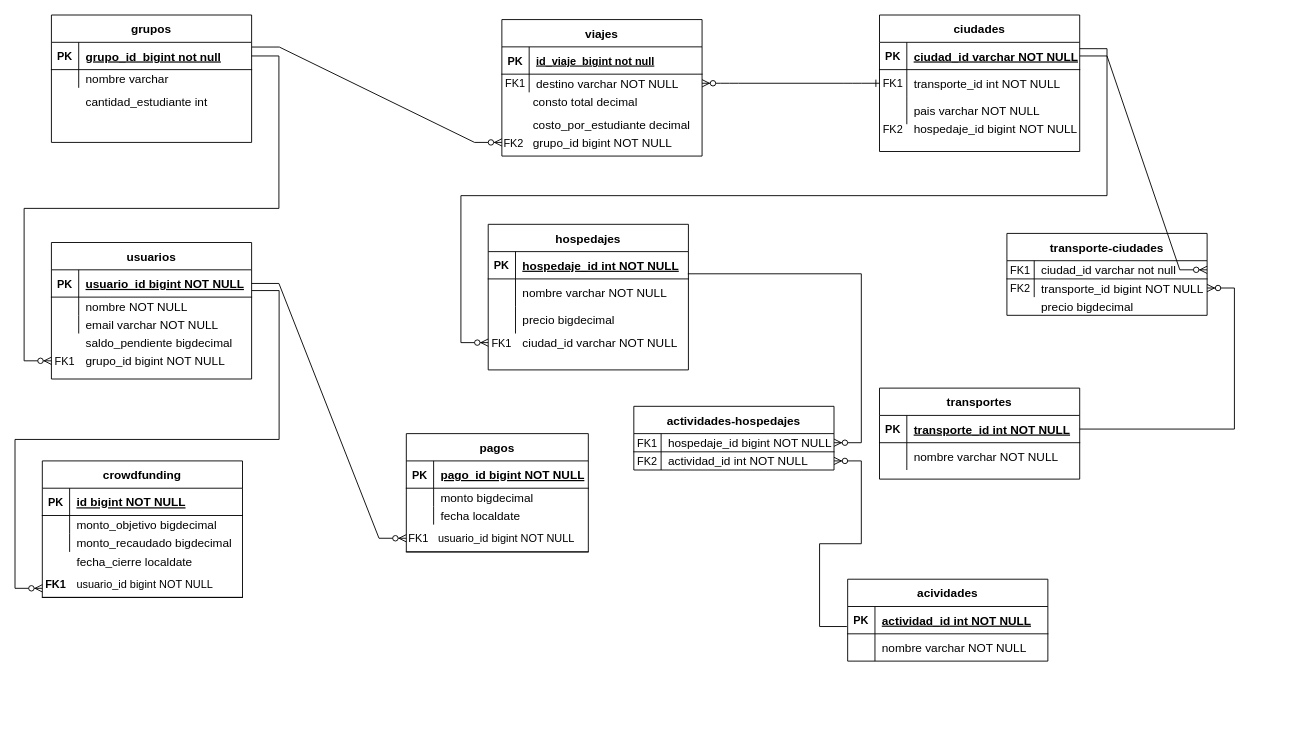
The draw.io diagram Diagrama sin título.drawio in Jearvaldor95/Diagramas, before the edit. Source tidied: cells renumbered, new cells numbered last; positions are measured from the earlier drawing's top-left corner, leaving out a move shared by most shapes. Both pictures are drawn from the tidied source at 91%, with x=0, y=0 at pixel (42, 15).
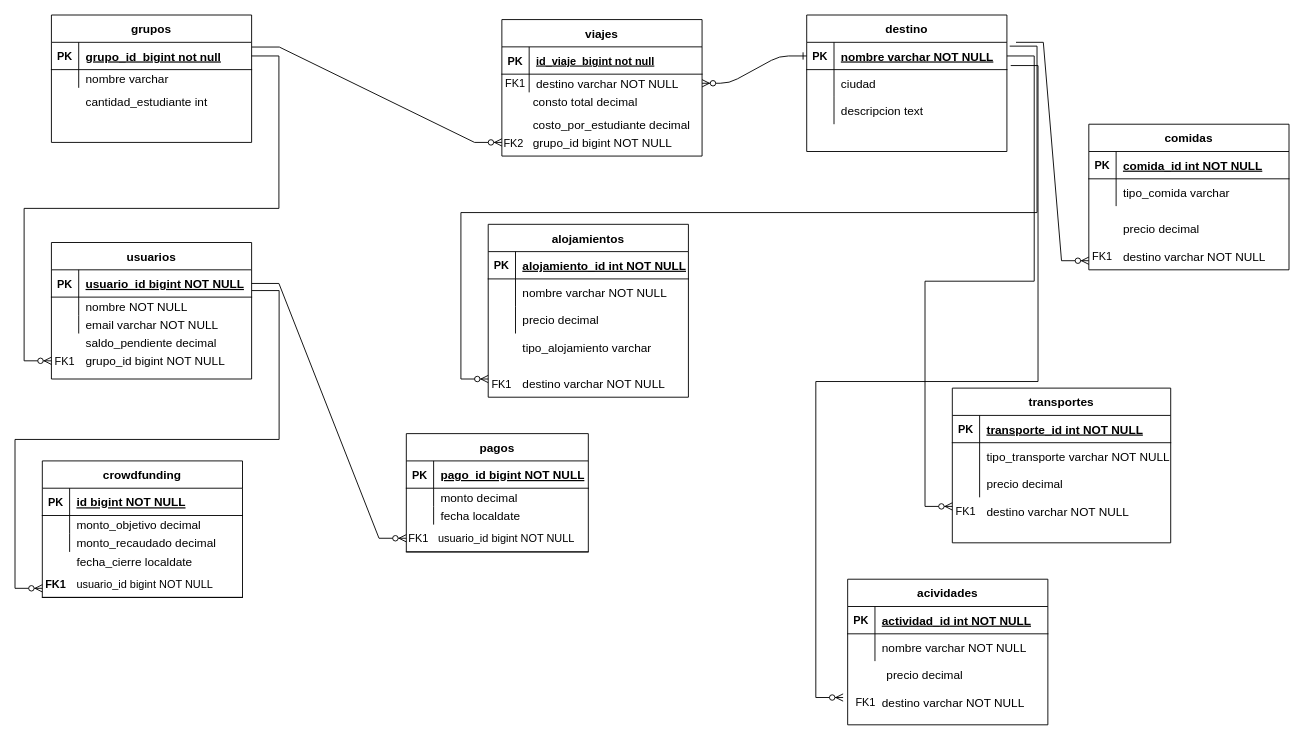
The same diagram, later.

Unchanged cells that the change refers to:
```xml
<mxCell id="3" style="shape=partialRectangle;fillColor=none;points=[[0,0.5],[1,0.5]];portConstraint=eastwest;top=0;left=0;right=0;bottom=1;" parent="2" vertex="1">
  <mxGeometry y="30" width="220" height="30" as="geometry" />
</mxCell>
<mxCell id="6" style="shape=partialRectangle;fillColor=none;points=[[0,0.5],[1,0.5]];portConstraint=eastwest;top=0;left=0;right=0;bottom=0;" parent="2" vertex="1">
  <mxGeometry y="60" width="220" height="30" as="geometry" />
</mxCell>
<mxCell id="9" style="shape=partialRectangle;fillColor=none;top=0;left=0;right=0;bottom=0;" parent="2" vertex="1">
  <mxGeometry y="90" width="220" height="30" as="geometry" />
</mxCell>
<mxCell id="23" style="shape=partialRectangle;fillColor=none;points=[[0,0.5],[1,0.5]];portConstraint=eastwest;top=0;left=0;right=0;bottom=0;" parent="19" vertex="1">
  <mxGeometry y="60" width="220" height="20" as="geometry" />
</mxCell>
<mxCell id="28" style="shape=partialRectangle;fillColor=none;points=[[0,0.5],[1,0.5]];portConstraint=eastwest;top=0;left=0;right=0;bottom=1;" parent="27" vertex="1">
  <mxGeometry y="30" width="220" height="30" as="geometry" />
</mxCell>
<mxCell id="34" style="shape=partialRectangle;fillColor=none;top=0;left=0;right=0;bottom=0;" parent="27" vertex="1">
  <mxGeometry y="90" width="220" height="30" as="geometry" />
</mxCell>
<mxCell id="38" style="shape=partialRectangle;fillColor=none;points=[[0,0.5],[1,0.5]];portConstraint=eastwest;top=0;left=0;right=0;bottom=1;" parent="37" vertex="1">
  <mxGeometry y="30" width="220" height="30" as="geometry" />
</mxCell>
<mxCell id="66" style="shape=partialRectangle;fillColor=none;top=0;left=0;right=0;bottom=0;" parent="62" vertex="1">
  <mxGeometry y="60" width="200" height="20" as="geometry" />
</mxCell>
<mxCell id="79" style="shape=partialRectangle;fillColor=none;top=0;left=0;right=0;bottom=0;" parent="75" vertex="1">
  <mxGeometry y="60" width="220" height="20" as="geometry" />
</mxCell>
<mxCell id="82" style="shape=partialRectangle;fillColor=none;top=0;left=0;right=0;bottom=0;" parent="75" vertex="1">
  <mxGeometry y="80" width="220" height="20" as="geometry" />
</mxCell>
```

What changed in the source:
```diff
@@
-    <mxCell id="2" value="ciudades" style="shape=table;startSize=30;childLayout=tableLayout;rowLines=0;fontStyle=1;align=center;fontSize=13;" parent="1" vertex="1">
-      <mxGeometry x="920" width="220" height="150" as="geometry" />
+    <mxCell id="2" value="destino" style="shape=table;startSize=30;childLayout=tableLayout;rowLines=0;fontStyle=1;align=center;fontSize=13;" parent="1" vertex="1">
+      <mxGeometry x="840" width="220" height="150" as="geometry" />
     </mxCell>
@@
-    <mxCell id="5" value="ciudad_id varchar NOT NULL " style="shape=partialRectangle;overflow=hidden;fillColor=none;top=0;left=0;bottom=0;right=0;align=left;spacingLeft=6;fontStyle=5;fontSize=13;" parent="3" vertex="1">
+    <mxCell id="5" value="nombre varchar NOT NULL " style="shape=partialRectangle;overflow=hidden;fillColor=none;top=0;left=0;bottom=0;right=0;align=left;spacingLeft=6;fontStyle=5;fontSize=13;" parent="3" vertex="1">
       <mxGeometry x="30" width="190" height="30" as="geometry" />
     </mxCell>
@@
-    <mxCell id="7" value="FK1" style="shape=partialRectangle;overflow=hidden;fillColor=none;top=0;left=0;bottom=0;right=0;" parent="6" vertex="1">
+    <mxCell id="7" style="shape=partialRectangle;overflow=hidden;fillColor=none;top=0;left=0;bottom=0;right=0;" parent="6" vertex="1">
       <mxGeometry width="30" height="30" as="geometry" />
     </mxCell>
-    <mxCell id="8" value="transporte_id int NOT NULL" style="shape=partialRectangle;overflow=hidden;fillColor=none;top=0;left=0;bottom=0;right=0;align=left;spacingLeft=6;fontSize=13;" parent="6" vertex="1">
+    <mxCell id="8" value="ciudad" style="shape=partialRectangle;overflow=hidden;fillColor=none;top=0;left=0;bottom=0;right=0;align=left;spacingLeft=6;fontSize=13;" parent="6" vertex="1">
       <mxGeometry x="30" width="190" height="30" as="geometry" />
     </mxCell>
@@
-    <mxCell id="11" value="pais varchar NOT NULL" style="shape=partialRectangle;overflow=hidden;fillColor=none;top=0;left=0;bottom=0;right=0;align=left;spacingLeft=6;strokeWidth=2;fontSize=13;" parent="9" vertex="1">
+    <mxCell id="11" value="descripcion text" style="shape=partialRectangle;overflow=hidden;fillColor=none;top=0;left=0;bottom=0;right=0;align=left;spacingLeft=6;strokeWidth=2;fontSize=13;" parent="9" vertex="1">
       <mxGeometry x="30" width="190" height="30" as="geometry" />
     </mxCell>
     <mxCell id="12" value="transportes" style="shape=table;startSize=30;childLayout=tableLayout;rowLines=0;fontStyle=1;align=center;fontSize=13;" parent="1" vertex="1">
-      <mxGeometry x="920" y="410" width="220" height="100" as="geometry" />
+      <mxGeometry x="1000" y="410" width="240" height="170" as="geometry" />
     </mxCell>
     <mxCell id="13" style="shape=partialRectangle;fillColor=none;points=[[0,0.5],[1,0.5]];portConstraint=eastwest;top=0;left=0;right=0;bottom=1;" parent="12" vertex="1">
-      <mxGeometry y="30" width="220" height="30" as="geometry" />
+      <mxGeometry y="30" width="240" height="30" as="geometry" />
     </mxCell>
@@
     <mxCell id="15" value="transporte_id int NOT NULL " style="shape=partialRectangle;overflow=hidden;fillColor=none;top=0;left=0;bottom=0;right=0;align=left;spacingLeft=6;fontStyle=5;fontSize=13;" parent="13" vertex="1">
-      <mxGeometry x="30" width="190" height="30" as="geometry" />
+      <mxGeometry x="30" width="210" height="30" as="geometry" />
     </mxCell>
     <mxCell id="16" style="shape=partialRectangle;fillColor=none;top=0;left=0;right=0;bottom=0;" parent="12" vertex="1">
-      <mxGeometry y="60" width="220" height="30" as="geometry" />
+      <mxGeometry y="60" width="240" height="30" as="geometry" />
     </mxCell>
@@
-    <mxCell id="18" value="nombre varchar NOT NULL" style="shape=partialRectangle;overflow=hidden;fillColor=none;top=0;left=0;bottom=0;right=0;align=left;spacingLeft=6;fontSize=13;" parent="16" vertex="1">
-      <mxGeometry x="30" width="190" height="30" as="geometry" />
+    <mxCell id="18" value="tipo_transporte varchar NOT NULL" style="shape=partialRectangle;overflow=hidden;fillColor=none;top=0;left=0;bottom=0;right=0;align=left;spacingLeft=6;fontSize=13;" parent="16" vertex="1">
+      <mxGeometry x="30" width="210" height="30" as="geometry" />
     </mxCell>
+    <mxCell id="129" style="shape=partialRectangle;fillColor=none;top=0;left=0;right=0;bottom=0;" parent="12" vertex="1">
+      <mxGeometry y="90" width="240" height="30" as="geometry" />
+    </mxCell>
+    <mxCell id="130" style="shape=partialRectangle;overflow=hidden;fillColor=none;top=0;left=0;bottom=0;right=0;" parent="129" vertex="1">
+      <mxGeometry width="30" height="30" as="geometry" />
+    </mxCell>
+    <mxCell id="131" value="precio decimal" style="shape=partialRectangle;overflow=hidden;fillColor=none;top=0;left=0;bottom=0;right=0;align=left;spacingLeft=6;fontSize=13;" parent="129" vertex="1">
+      <mxGeometry x="30" width="210" height="30" as="geometry" />
+    </mxCell>
@@
-    <mxCell id="26" style="edgeStyle=entityRelationEdgeStyle;endArrow=ERzeroToMany;startArrow=ERone;endFill=1;startFill=0;" parent="1" edge="1" source="6" target="23">
+    <mxCell id="26" style="edgeStyle=entityRelationEdgeStyle;endArrow=ERzeroToMany;startArrow=ERone;endFill=1;startFill=0;exitX=0;exitY=0.5;exitDx=0;exitDy=0;" parent="1" edge="1" source="3" target="23">
       <mxGeometry relative="1" as="geometry" />
     </mxCell>
-    <mxCell id="27" value="hospedajes" style="shape=table;startSize=30;childLayout=tableLayout;rowLines=0;fontStyle=1;align=center;fontSize=13;" parent="1" vertex="1">
-      <mxGeometry x="490" y="230" width="220" height="160" as="geometry" />
+    <mxCell id="27" value="alojamientos" style="shape=table;startSize=30;childLayout=tableLayout;rowLines=0;fontStyle=1;align=center;fontSize=13;" parent="1" vertex="1">
+      <mxGeometry x="490" y="230" width="220" height="190" as="geometry" />
     </mxCell>
@@
-    <mxCell id="30" value="hospedaje_id int NOT NULL " style="shape=partialRectangle;overflow=hidden;fillColor=none;top=0;left=0;bottom=0;right=0;align=left;spacingLeft=6;fontStyle=5;fontSize=13;" parent="28" vertex="1">
+    <mxCell id="30" value="alojamiento_id int NOT NULL " style="shape=partialRectangle;overflow=hidden;fillColor=none;top=0;left=0;bottom=0;right=0;align=left;spacingLeft=6;fontStyle=5;fontSize=13;" parent="28" vertex="1">
       <mxGeometry x="30" width="190" height="30" as="geometry" />
     </mxCell>
@@
-    <mxCell id="36" value="precio bigdecimal" style="shape=partialRectangle;overflow=hidden;fillColor=none;top=0;left=0;bottom=0;right=0;align=left;spacingLeft=6;fontSize=13;" parent="34" vertex="1">
+    <mxCell id="36" value="precio decimal" style="shape=partialRectangle;overflow=hidden;fillColor=none;top=0;left=0;bottom=0;right=0;align=left;spacingLeft=6;fontSize=13;" parent="34" vertex="1">
       <mxGeometry x="30" width="190" height="30" as="geometry" />
     </mxCell>
     <mxCell id="37" value="acividades" style="shape=table;startSize=30;childLayout=tableLayout;rowLines=0;fontStyle=1;align=center;fontSize=13;" parent="1" vertex="1">
-      <mxGeometry x="885" y="620" width="220" height="90" as="geometry" />
+      <mxGeometry x="885" y="620" width="220" height="160" as="geometry" />
     </mxCell>
@@
-    <mxCell id="58" value="hospedaje_id bigint NOT NULL" style="shape=partialRectangle;overflow=hidden;fillColor=none;top=0;left=0;bottom=0;right=0;align=left;spacingLeft=6;strokeWidth=2;fontSize=13;" parent="1" vertex="1">
-      <mxGeometry x="950" y="110" width="190" height="30" as="geometry" />
-    </mxCell>
-    <mxCell id="59" value="FK2" style="shape=partialRectangle;overflow=hidden;fillColor=none;top=0;left=0;bottom=0;right=0;" parent="1" vertex="1">
-      <mxGeometry x="920" y="110" width="30" height="30" as="geometry" />
-    </mxCell>
@@
-    <mxCell id="61" value="saldo_pendiente bigdecimal" style="shape=partialRectangle;overflow=hidden;fillColor=none;top=0;left=0;bottom=0;right=0;align=left;spacingLeft=6;strokeWidth=2;fontSize=13;" parent="1" vertex="1">
+    <mxCell id="61" value="saldo_pendiente decimal" style="shape=partialRectangle;overflow=hidden;fillColor=none;top=0;left=0;bottom=0;right=0;align=left;spacingLeft=6;strokeWidth=2;fontSize=13;" parent="1" vertex="1">
       <mxGeometry x="40" y="350" width="190" height="20" as="geometry" />
     </mxCell>
@@
-    <mxCell id="68" value="monto bigdecimal" style="shape=partialRectangle;overflow=hidden;fillColor=none;top=0;left=0;bottom=0;right=0;align=left;spacingLeft=6;fontSize=13;" parent="66" vertex="1">
+    <mxCell id="68" value="monto decimal" style="shape=partialRectangle;overflow=hidden;fillColor=none;top=0;left=0;bottom=0;right=0;align=left;spacingLeft=6;fontSize=13;" parent="66" vertex="1">
       <mxGeometry x="30" width="170" height="20" as="geometry" />
     </mxCell>
@@
-    <mxCell id="81" value="monto_objetivo bigdecimal" style="shape=partialRectangle;overflow=hidden;fillColor=none;top=0;left=0;bottom=0;right=0;align=left;spacingLeft=6;fontSize=13;" parent="79" vertex="1">
+    <mxCell id="81" value="monto_objetivo decimal" style="shape=partialRectangle;overflow=hidden;fillColor=none;top=0;left=0;bottom=0;right=0;align=left;spacingLeft=6;fontSize=13;" parent="79" vertex="1">
       <mxGeometry x="30" width="190" height="20" as="geometry" />
     </mxCell>
@@
-    <mxCell id="84" value="monto_recaudado bigdecimal" style="shape=partialRectangle;overflow=hidden;fillColor=none;top=0;left=0;bottom=0;right=0;align=left;spacingLeft=6;strokeWidth=2;fontSize=13;" parent="82" vertex="1">
+    <mxCell id="84" value="monto_recaudado decimal" style="shape=partialRectangle;overflow=hidden;fillColor=none;top=0;left=0;bottom=0;right=0;align=left;spacingLeft=6;strokeWidth=2;fontSize=13;" parent="82" vertex="1">
       <mxGeometry x="30" width="190" height="20" as="geometry" />
     </mxCell>
@@
-    <mxCell id="90" value="actividades-hospedajes" style="shape=table;startSize=30;childLayout=tableLayout;rowLines=0;fontStyle=1;align=center;fontSize=13;" parent="1" vertex="1">
-      <mxGeometry x="650" y="430" width="220" height="70" as="geometry" />
-    </mxCell>
-    <mxCell id="91" style="shape=partialRectangle;fillColor=none;points=[[0,0.5],[1,0.5]];portConstraint=eastwest;top=0;left=0;right=0;bottom=1;" parent="90" vertex="1">
-      <mxGeometry y="30" width="220" height="20" as="geometry" />
-    </mxCell>
-    <mxCell id="92" value="FK1" style="shape=partialRectangle;overflow=hidden;fillColor=none;top=0;left=0;bottom=0;right=0;fontStyle=0;" parent="91" vertex="1">
-      <mxGeometry width="30" height="20" as="geometry" />
-    </mxCell>
-    <mxCell id="93" value="hospedaje_id bigint NOT NULL " style="shape=partialRectangle;overflow=hidden;fillColor=none;top=0;left=0;bottom=0;right=0;align=left;spacingLeft=6;fontStyle=0;fontSize=13;" parent="91" vertex="1">
-      <mxGeometry x="30" width="190" height="20" as="geometry" />
-    </mxCell>
-    <mxCell id="94" style="shape=partialRectangle;fillColor=none;points=[[0,0.5],[1,0.5]];portConstraint=eastwest;top=0;left=0;right=0;bottom=0;" parent="90" vertex="1">
-      <mxGeometry y="50" width="220" height="20" as="geometry" />
-    </mxCell>
-    <mxCell id="95" value="FK2" style="shape=partialRectangle;overflow=hidden;fillColor=none;top=0;left=0;bottom=0;right=0;" parent="94" vertex="1">
-      <mxGeometry width="30" height="20" as="geometry" />
-    </mxCell>
-    <mxCell id="96" value="actividad_id int NOT NULL" style="shape=partialRectangle;overflow=hidden;fillColor=none;top=0;left=0;bottom=0;right=0;align=left;spacingLeft=6;fontSize=13;" parent="94" vertex="1">
-      <mxGeometry x="30" width="190" height="20" as="geometry" />
-    </mxCell>
@@
-    <mxCell id="114" style="edgeStyle=entityRelationEdgeStyle;fontSize=12;html=1;endArrow=ERzeroToMany;endFill=1;rounded=0;exitX=0.997;exitY=0.813;exitDx=0;exitDy=0;exitPerimeter=0;" parent="1" edge="1" source="28" target="91">
-      <mxGeometry relative="1" as="geometry" />
-    </mxCell>
-    <mxCell id="115" style="edgeStyle=entityRelationEdgeStyle;fontSize=12;html=1;endArrow=ERzeroToMany;endFill=1;rounded=0;exitX=-0.004;exitY=0.733;exitDx=0;exitDy=0;exitPerimeter=0;entryX=1;entryY=0.5;entryDx=0;entryDy=0;" parent="1" edge="1" source="38" target="94">
-      <mxGeometry relative="1" as="geometry" />
-    </mxCell>
-    <mxCell id="116" value="transporte-ciudades" style="shape=table;startSize=30;childLayout=tableLayout;rowLines=0;fontStyle=1;align=center;fontSize=13;" parent="1" vertex="1">
-      <mxGeometry x="1060" y="240" width="220" height="90" as="geometry" />
-    </mxCell>
-    <mxCell id="117" style="shape=partialRectangle;fillColor=none;points=[[0,0.5],[1,0.5]];portConstraint=eastwest;top=0;left=0;right=0;bottom=1;" parent="116" vertex="1">
-      <mxGeometry y="30" width="220" height="20" as="geometry" />
-    </mxCell>
-    <mxCell id="118" value="FK1" style="shape=partialRectangle;overflow=hidden;fillColor=none;top=0;left=0;bottom=0;right=0;fontStyle=0;" parent="117" vertex="1">
-      <mxGeometry width="30" height="20" as="geometry" />
-    </mxCell>
-    <mxCell id="119" value="ciudad_id varchar not null" style="shape=partialRectangle;overflow=hidden;fillColor=none;top=0;left=0;bottom=0;right=0;align=left;spacingLeft=6;fontStyle=0;fontSize=13;" parent="117" vertex="1">
-      <mxGeometry x="30" width="190" height="20" as="geometry" />
-    </mxCell>
-    <mxCell id="120" style="shape=partialRectangle;fillColor=none;points=[[0,0.5],[1,0.5]];portConstraint=eastwest;top=0;left=0;right=0;bottom=0;" parent="116" vertex="1">
-      <mxGeometry y="50" width="220" height="20" as="geometry" />
-    </mxCell>
-    <mxCell id="121" value="FK2" style="shape=partialRectangle;overflow=hidden;fillColor=none;top=0;left=0;bottom=0;right=0;" parent="120" vertex="1">
-      <mxGeometry width="30" height="20" as="geometry" />
-    </mxCell>
-    <mxCell id="122" value="transporte_id bigint NOT NULL" style="shape=partialRectangle;overflow=hidden;fillColor=none;top=0;left=0;bottom=0;right=0;align=left;spacingLeft=6;fontSize=13;" parent="120" vertex="1">
-      <mxGeometry x="30" width="190" height="20" as="geometry" />
-    </mxCell>
-    <mxCell id="123" value="precio bigdecimal " style="shape=partialRectangle;overflow=hidden;fillColor=none;top=0;left=0;bottom=0;right=0;align=left;spacingLeft=6;fontSize=13;" parent="1" vertex="1">
-      <mxGeometry x="1090" y="310" width="190" height="20" as="geometry" />
-    </mxCell>
-    <mxCell id="124" style="edgeStyle=entityRelationEdgeStyle;fontSize=12;html=1;endArrow=ERzeroToMany;endFill=1;rounded=0;exitX=1;exitY=0.5;exitDx=0;exitDy=0;" parent="1" edge="1" source="13" target="120">
-      <mxGeometry relative="1" as="geometry" />
-    </mxCell>
-    <mxCell id="125" style="edgeStyle=entityRelationEdgeStyle;fontSize=12;html=1;endArrow=ERzeroToMany;endFill=1;rounded=0;exitX=1;exitY=0.5;exitDx=0;exitDy=0;entryX=1;entryY=0.5;entryDx=0;entryDy=0;" parent="1" edge="1" source="3" target="117">
-      <mxGeometry relative="1" as="geometry" />
-    </mxCell>
-    <mxCell id="126" value="ciudad_id varchar NOT NULL" style="shape=partialRectangle;overflow=hidden;fillColor=none;top=0;left=0;bottom=0;right=0;align=left;spacingLeft=6;fontSize=13;" parent="1" vertex="1">
-      <mxGeometry x="520" y="345" width="190" height="30" as="geometry" />
+    <mxCell id="126" value="destino varchar NOT NULL" style="shape=partialRectangle;overflow=hidden;fillColor=none;top=0;left=0;bottom=0;right=0;align=left;spacingLeft=6;fontSize=13;" parent="1" vertex="1">
+      <mxGeometry x="520" y="390" width="190" height="30" as="geometry" />
     </mxCell>
     <mxCell id="127" value="FK1" style="shape=partialRectangle;overflow=hidden;fillColor=none;top=0;left=0;bottom=0;right=0;" parent="1" vertex="1">
-      <mxGeometry x="490" y="345" width="30" height="30" as="geometry" />
+      <mxGeometry x="490" y="390" width="30" height="30" as="geometry" />
     </mxCell>
-    <mxCell id="128" style="edgeStyle=entityRelationEdgeStyle;fontSize=12;html=1;endArrow=ERzeroToMany;endFill=1;rounded=0;" parent="1" edge="1">
+    <mxCell id="128" style="edgeStyle=entityRelationEdgeStyle;fontSize=12;html=1;endArrow=ERzeroToMany;endFill=1;rounded=0;exitX=1.014;exitY=0.14;exitDx=0;exitDy=0;exitPerimeter=0;" parent="1" edge="1" source="3">
       <mxGeometry relative="1" as="geometry">
-        <mxPoint x="1140" y="37" as="sourcePoint" />
-        <mxPoint x="490" y="360" as="targetPoint" />
+        <mxPoint x="490" y="400" as="targetPoint" />
       </mxGeometry>
     </mxCell>
+    <mxCell id="132" value="destino varchar NOT NULL" style="shape=partialRectangle;overflow=hidden;fillColor=none;top=0;left=0;bottom=0;right=0;align=left;spacingLeft=6;fontSize=13;" parent="1" vertex="1">
+      <mxGeometry x="1030" y="530" width="210" height="30" as="geometry" />
+    </mxCell>
+    <mxCell id="133" style="edgeStyle=entityRelationEdgeStyle;fontSize=12;html=1;endArrow=ERzeroToMany;endFill=1;rounded=0;exitX=1;exitY=0.5;exitDx=0;exitDy=0;" parent="1" edge="1" source="3">
+      <mxGeometry relative="1" as="geometry">
+        <mxPoint x="1000" y="540" as="targetPoint" />
+      </mxGeometry>
+    </mxCell>
+    <mxCell id="134" value="FK1" style="shape=partialRectangle;overflow=hidden;fillColor=none;top=0;left=0;bottom=0;right=0;" parent="1" vertex="1">
+      <mxGeometry x="1000" y="530" width="30" height="30" as="geometry" />
+    </mxCell>
+    <mxCell id="135" value="precio decimal" style="shape=partialRectangle;overflow=hidden;fillColor=none;top=0;left=0;bottom=0;right=0;align=left;spacingLeft=6;fontSize=13;" parent="1" vertex="1">
+      <mxGeometry x="920" y="710" width="190" height="30" as="geometry" />
+    </mxCell>
+    <mxCell id="136" value="destino varchar NOT NULL" style="shape=partialRectangle;overflow=hidden;fillColor=none;top=0;left=0;bottom=0;right=0;align=left;spacingLeft=6;fontSize=13;" parent="1" vertex="1">
+      <mxGeometry x="915" y="740" width="190" height="30" as="geometry" />
+    </mxCell>
+    <mxCell id="137" value="FK1" style="shape=partialRectangle;overflow=hidden;fillColor=none;top=0;left=0;bottom=0;right=0;" parent="1" vertex="1">
+      <mxGeometry x="890" y="740" width="30" height="30" as="geometry" />
+    </mxCell>
+    <mxCell id="138" style="edgeStyle=entityRelationEdgeStyle;fontSize=12;html=1;endArrow=ERzeroToMany;endFill=1;rounded=0;exitX=1.019;exitY=-0.149;exitDx=0;exitDy=0;exitPerimeter=0;" parent="1" edge="1" source="6">
+      <mxGeometry relative="1" as="geometry">
+        <mxPoint x="880" y="750" as="targetPoint" />
+      </mxGeometry>
+    </mxCell>
+    <mxCell id="139" value="tipo_alojamiento varchar" style="shape=partialRectangle;overflow=hidden;fillColor=none;top=0;left=0;bottom=0;right=0;align=left;spacingLeft=6;fontSize=13;" parent="1" vertex="1">
+      <mxGeometry x="520" y="350" width="210" height="30" as="geometry" />
+    </mxCell>
+    <mxCell id="140" value="comidas" style="shape=table;startSize=30;childLayout=tableLayout;rowLines=0;fontStyle=1;align=center;fontSize=13;" parent="1" vertex="1">
+      <mxGeometry x="1150" y="120" width="220" height="160" as="geometry" />
+    </mxCell>
+    <mxCell id="141" style="shape=partialRectangle;fillColor=none;top=0;left=0;right=0;bottom=1;" parent="140" vertex="1">
+      <mxGeometry y="30" width="220" height="30" as="geometry" />
+    </mxCell>
+    <mxCell id="142" value="PK" style="shape=partialRectangle;overflow=hidden;fillColor=none;top=0;left=0;bottom=0;right=0;fontStyle=1;" parent="141" vertex="1">
+      <mxGeometry width="30" height="30" as="geometry" />
+    </mxCell>
+    <mxCell id="143" value="comida_id int NOT NULL " style="shape=partialRectangle;overflow=hidden;fillColor=none;top=0;left=0;bottom=0;right=0;align=left;spacingLeft=6;fontStyle=5;fontSize=13;" parent="141" vertex="1">
+      <mxGeometry x="30" width="190" height="30" as="geometry" />
+    </mxCell>
+    <mxCell id="144" style="shape=partialRectangle;fillColor=none;top=0;left=0;right=0;bottom=0;" parent="140" vertex="1">
+      <mxGeometry y="60" width="220" height="30" as="geometry" />
+    </mxCell>
+    <mxCell id="145" style="shape=partialRectangle;overflow=hidden;fillColor=none;top=0;left=0;bottom=0;right=0;" parent="144" vertex="1">
+      <mxGeometry width="30" height="30" as="geometry" />
+    </mxCell>
+    <mxCell id="146" value="tipo_comida varchar" style="shape=partialRectangle;overflow=hidden;fillColor=none;top=0;left=0;bottom=0;right=0;align=left;spacingLeft=6;fontSize=13;" parent="144" vertex="1">
+      <mxGeometry x="30" width="190" height="30" as="geometry" />
+    </mxCell>
+    <mxCell id="147" value="precio decimal" style="shape=partialRectangle;overflow=hidden;fillColor=none;top=0;left=0;bottom=0;right=0;align=left;spacingLeft=6;fontSize=13;" parent="1" vertex="1">
+      <mxGeometry x="1180" y="220" width="190" height="30" as="geometry" />
+    </mxCell>
+    <mxCell id="148" value="destino varchar NOT NULL" style="shape=partialRectangle;overflow=hidden;fillColor=none;top=0;left=0;bottom=0;right=0;align=left;spacingLeft=6;fontSize=13;" parent="1" vertex="1">
+      <mxGeometry x="1180" y="250" width="190" height="30" as="geometry" />
+    </mxCell>
+    <mxCell id="149" value="FK1" style="shape=partialRectangle;overflow=hidden;fillColor=none;top=0;left=0;bottom=0;right=0;" parent="1" vertex="1">
+      <mxGeometry x="1150" y="250" width="30" height="30" as="geometry" />
+    </mxCell>
+    <mxCell id="150" style="edgeStyle=entityRelationEdgeStyle;fontSize=12;html=1;endArrow=ERzeroToMany;endFill=1;rounded=0;" parent="1" edge="1">
+      <mxGeometry relative="1" as="geometry">
+        <mxPoint x="1070" y="30" as="sourcePoint" />
+        <mxPoint x="1150" y="270" as="targetPoint" />
+      </mxGeometry>
+    </mxCell>
```
